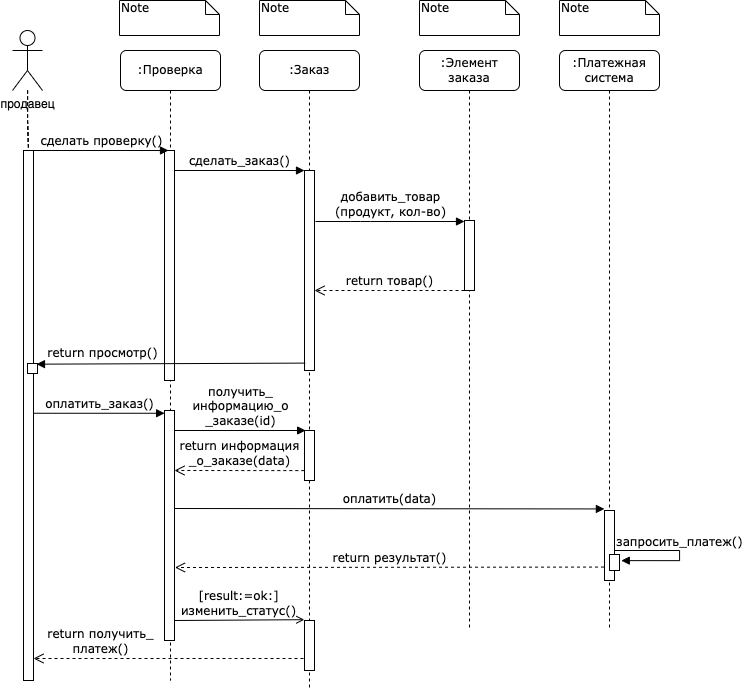
Before: диаграмма последовательности.drawio.png, a diagram exported from draw.io (shutenkovika/uml). Source tidied: cells renumbered, new cells last; positions are measured from the earlier drawing's top-left corner, leaving out a move shared by most shapes.
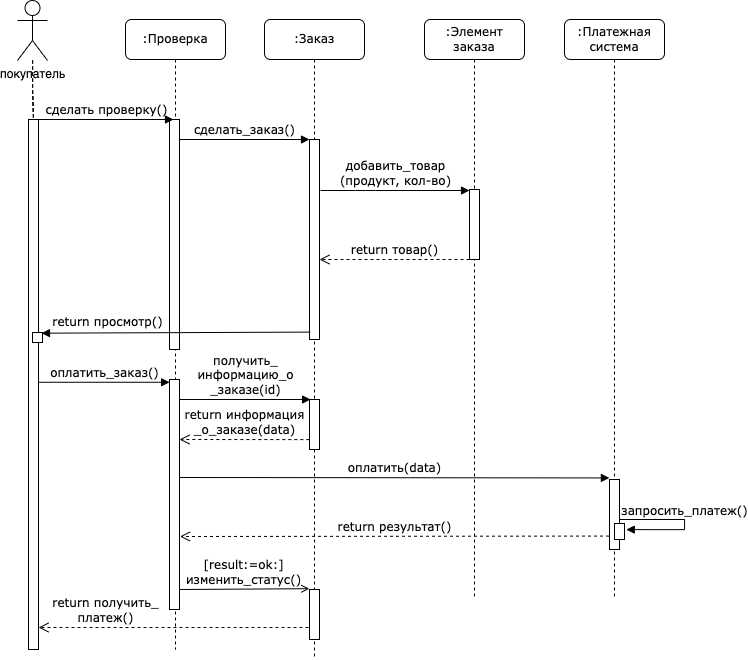
After the commit.

Change to the diagram source:
```diff
@@ -129,18 +129,6 @@
         <mxPoint y="1" as="offset" />
       </mxGeometry>
     </mxCell>
-    <mxCell id="27" value="Note" style="shape=note;whiteSpace=wrap;html=1;size=14;verticalAlign=top;align=left;spacingTop=-6;rounded=0;shadow=0;comic=0;labelBackgroundColor=none;strokeWidth=1;fontFamily=Verdana;fontSize=12;" parent="1" vertex="1">
-      <mxGeometry x="107" width="100" height="35" as="geometry" />
-    </mxCell>
-    <mxCell id="28" value="Note" style="shape=note;whiteSpace=wrap;html=1;size=14;verticalAlign=top;align=left;spacingTop=-6;rounded=0;shadow=0;comic=0;labelBackgroundColor=none;strokeWidth=1;fontFamily=Verdana;fontSize=12;" parent="1" vertex="1">
-      <mxGeometry x="247" width="100" height="35" as="geometry" />
-    </mxCell>
-    <mxCell id="29" value="Note" style="shape=note;whiteSpace=wrap;html=1;size=14;verticalAlign=top;align=left;spacingTop=-6;rounded=0;shadow=0;comic=0;labelBackgroundColor=none;strokeWidth=1;fontFamily=Verdana;fontSize=12;" parent="1" vertex="1">
-      <mxGeometry x="407" width="100" height="35" as="geometry" />
-    </mxCell>
-    <mxCell id="30" value="Note" style="shape=note;whiteSpace=wrap;html=1;size=14;verticalAlign=top;align=left;spacingTop=-6;rounded=0;shadow=0;comic=0;labelBackgroundColor=none;strokeWidth=1;fontFamily=Verdana;fontSize=12;" parent="1" vertex="1">
-      <mxGeometry x="547" width="100" height="35" as="geometry" />
-    </mxCell>
     <mxCell id="31" value="return товар()" style="html=1;verticalAlign=bottom;endArrow=open;dashed=1;endSize=8;labelBackgroundColor=none;fontFamily=Verdana;fontSize=12;edgeStyle=elbowEdgeStyle;elbow=vertical;" parent="1" edge="1">
       <mxGeometry relative="1" as="geometry">
         <mxPoint x="452" y="290" as="sourcePoint" />
@@ -160,8 +148,8 @@
     <mxCell id="34" style="edgeStyle=orthogonalEdgeStyle;rounded=0;jettySize=auto;html=1;dashed=1;startArrow=none;startFill=0;endArrow=none;endFill=0;" parent="1" edge="1" source="35" target="6">
       <mxGeometry relative="1" as="geometry" />
     </mxCell>
-    <mxCell id="35" value="продавец" style="shape=umlActor;verticalLabelPosition=bottom;verticalAlign=top;html=1;outlineConnect=0;" parent="1" vertex="1">
-      <mxGeometry y="30" width="30" height="60" as="geometry" />
+    <mxCell id="35" value="покупатель" style="shape=umlActor;verticalLabelPosition=bottom;verticalAlign=top;html=1;outlineConnect=0;" parent="1" vertex="1">
+      <mxGeometry y="31" width="30" height="60" as="geometry" />
     </mxCell>
     <mxCell id="36" style="html=1;points=[];perimeter=orthogonalPerimeter;rounded=0;shadow=0;comic=0;labelBackgroundColor=none;strokeWidth=1;fontFamily=Verdana;fontSize=12;align=center;" parent="1" vertex="1">
       <mxGeometry x="292" y="620" width="10" height="50" as="geometry" />
```
